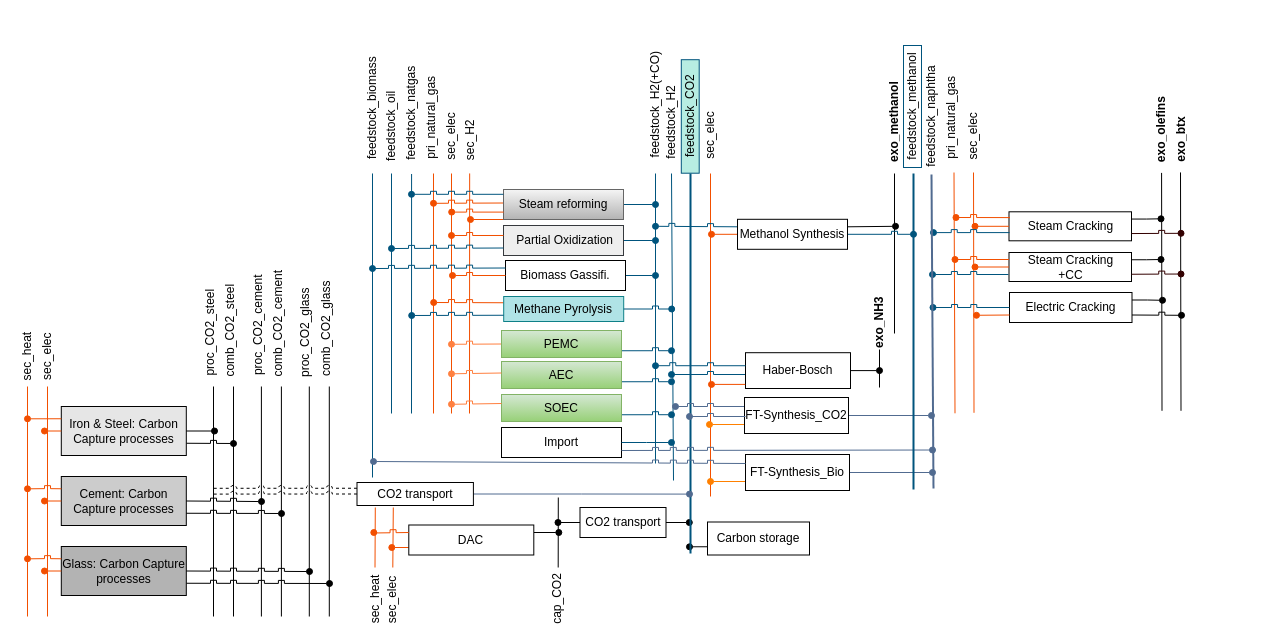
Earlier version of the draw.io diagram page "phD_CO2_Chemi_TAM_new_v05" (1 of 2) of PhD_circularities.drawio (anik-ier/TAM_Industry_RES). Source tidied: cells renumbered, new cells numbered last; positions are measured from the earlier drawing's top-left corner, leaving out a move shared by most shapes. Both pictures are drawn from the tidied source at 100%, with x=0, y=0 at pixel (3, 17).
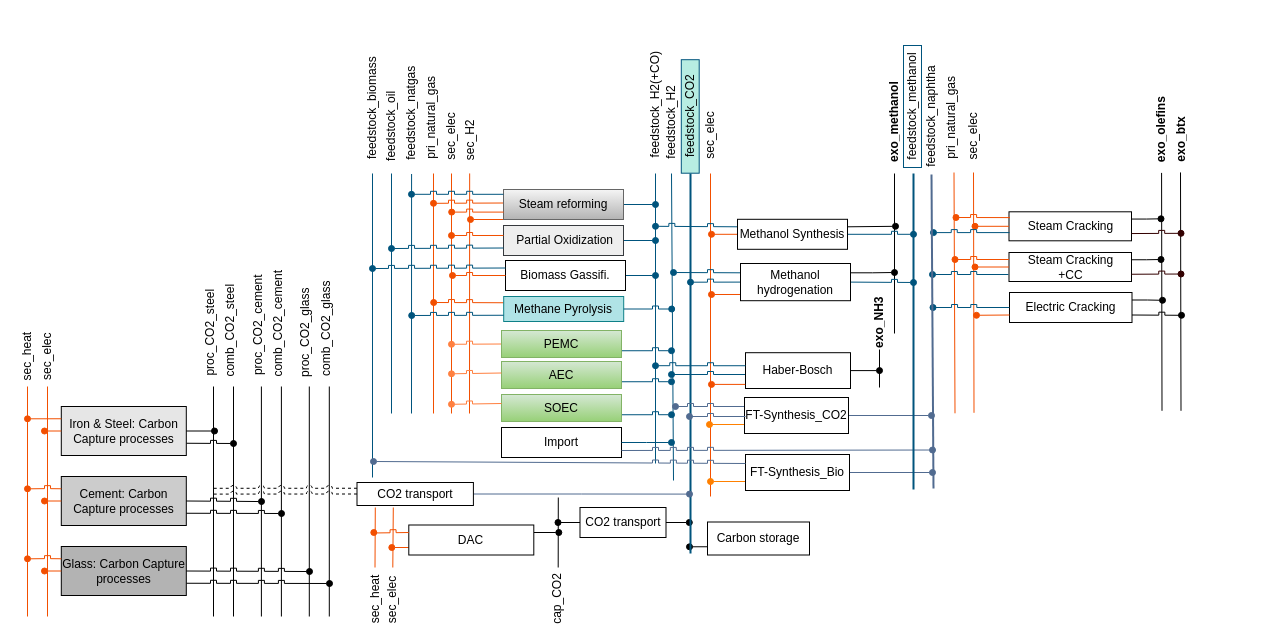
After the change.

Diff of the diagram source:
```diff
@@
+    <mxCell id="191" parent="0" />
+    <mxCell id="192" style="group;" parent="191" vertex="1">
+      <mxGeometry x="670" y="246" width="255" height="37.2" as="geometry" />
+    </mxCell>
+    <mxCell id="193" style="edgeStyle=orthogonalEdgeStyle;rounded=0;jettySize=auto;html=1;exitX=0;exitY=0.25;exitDx=0;exitDy=0;endArrow=oval;endFill=1;jumpStyle=sharp;strokeColor=#00547D;" parent="192" edge="1" source="198">
+      <mxGeometry relative="1" as="geometry">
+        <mxPoint y="9" as="targetPoint" />
+      </mxGeometry>
+    </mxCell>
+    <mxCell id="194" style="edgeStyle=orthogonalEdgeStyle;rounded=0;jettySize=auto;html=1;exitX=0.003;exitY=0.833;exitDx=0;exitDy=0;endArrow=oval;endFill=1;strokeColor=#F24F00;exitPerimeter=0;" parent="192" edge="1" source="198">
+      <mxGeometry relative="1" as="geometry">
+        <mxPoint x="38" y="31" as="targetPoint" />
+      </mxGeometry>
+    </mxCell>
+    <mxCell id="195" style="edgeStyle=orthogonalEdgeStyle;rounded=0;jettySize=auto;html=1;exitX=1;exitY=0.25;exitDx=0;exitDy=0;endArrow=oval;endFill=1;" parent="192" edge="1" source="198">
+      <mxGeometry relative="1" as="geometry">
+        <mxPoint x="221" y="9" as="targetPoint" />
+      </mxGeometry>
+    </mxCell>
+    <mxCell id="196" style="edgeStyle=orthogonalEdgeStyle;rounded=0;jettySize=auto;html=1;exitX=1;exitY=0.5;exitDx=0;exitDy=0;endArrow=oval;endFill=1;jumpStyle=sharp;strokeColor=#00547D;" parent="192" edge="1" source="198">
+      <mxGeometry relative="1" as="geometry">
+        <mxPoint x="240" y="19" as="targetPoint" />
+      </mxGeometry>
+    </mxCell>
+    <mxCell id="197" style="edgeStyle=orthogonalEdgeStyle;rounded=0;jettySize=auto;html=1;exitX=0;exitY=0.5;exitDx=0;exitDy=0;endArrow=oval;endFill=1;strokeColor=#00547D;jumpStyle=sharp;" parent="192" edge="1" source="198">
+      <mxGeometry relative="1" as="geometry">
+        <mxPoint x="17" y="18.7" as="targetPoint" />
+      </mxGeometry>
+    </mxCell>
+    <mxCell id="198" value="Methanol hydrogenation" style="rounded=0;whiteSpace=wrap;html=1;" parent="192" vertex="1">
+      <mxGeometry x="67" width="110" height="37.2" as="geometry" />
+    </mxCell>
```
